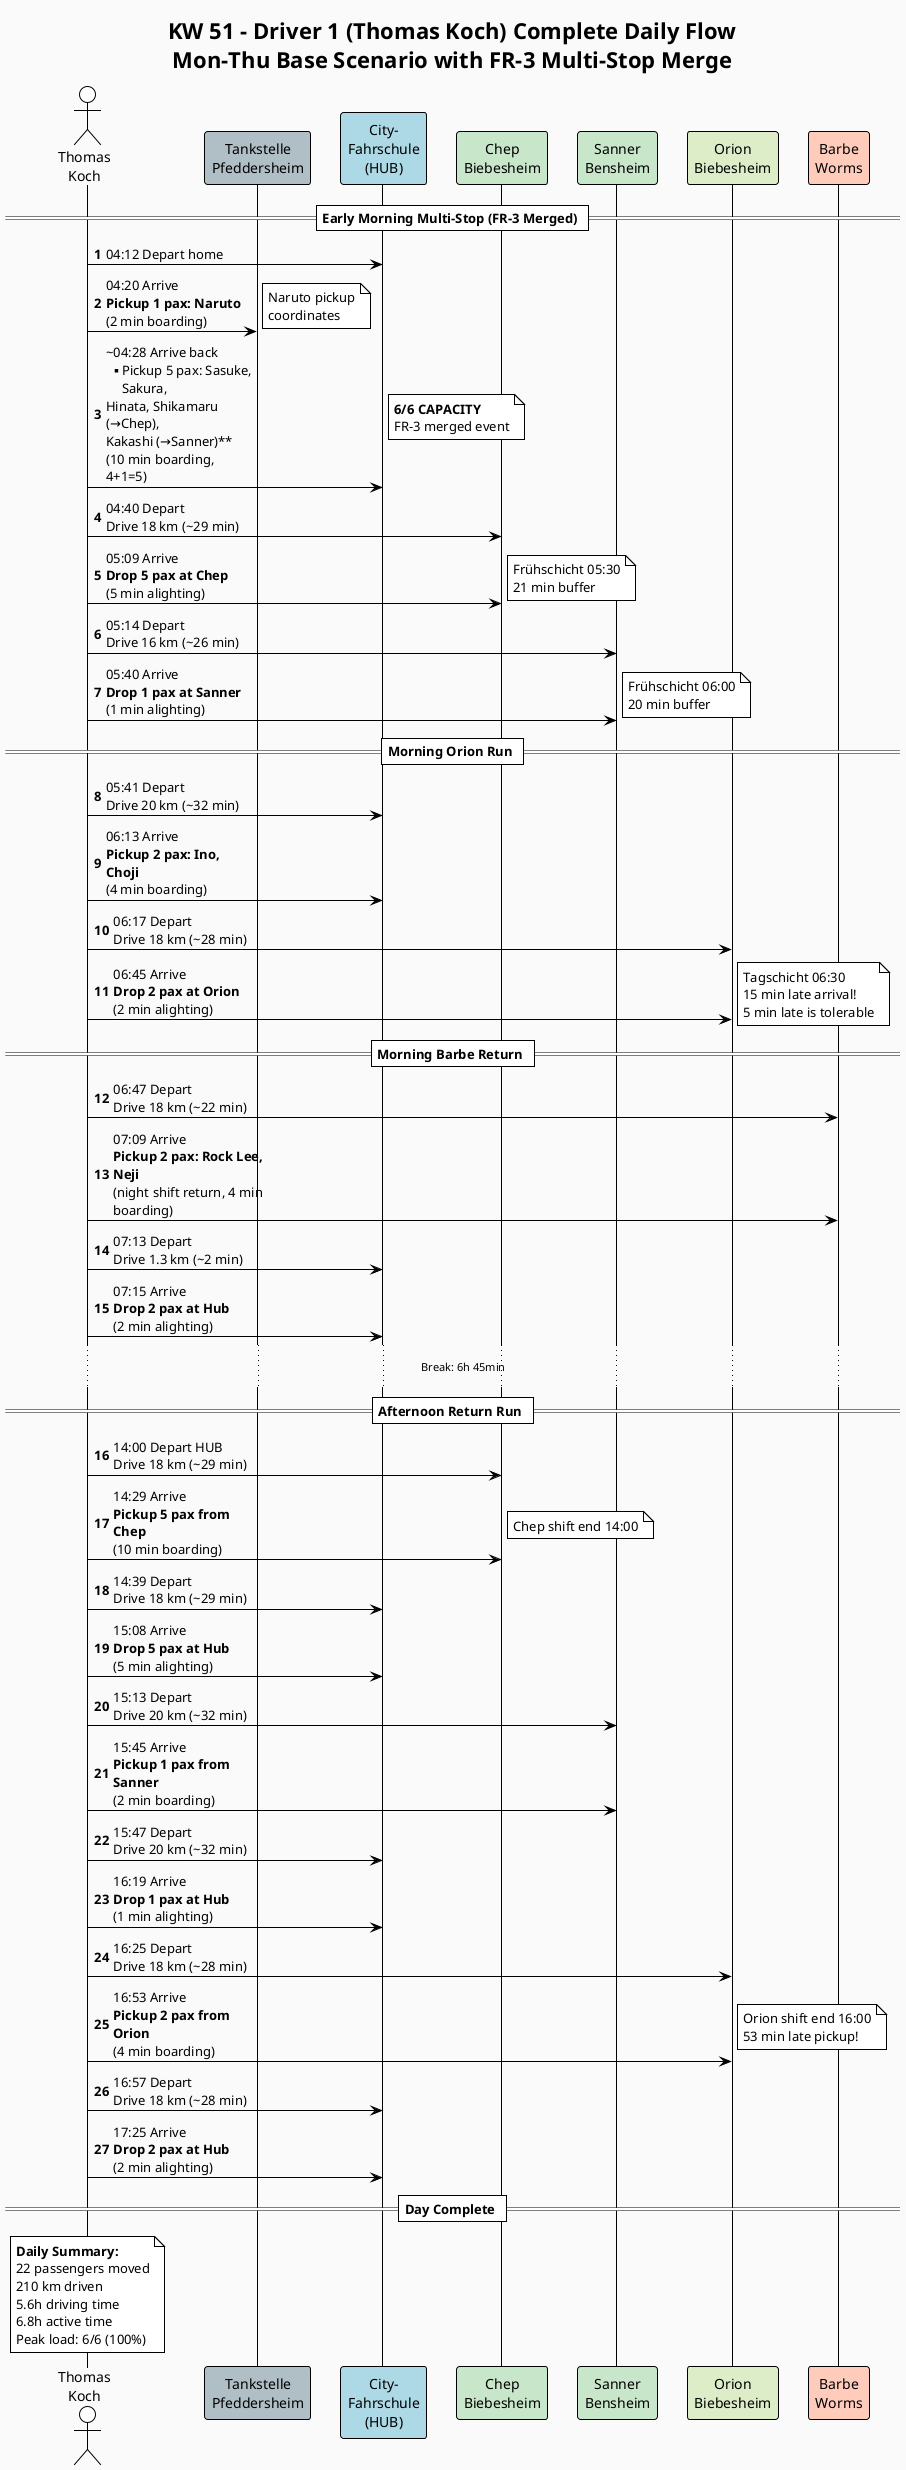
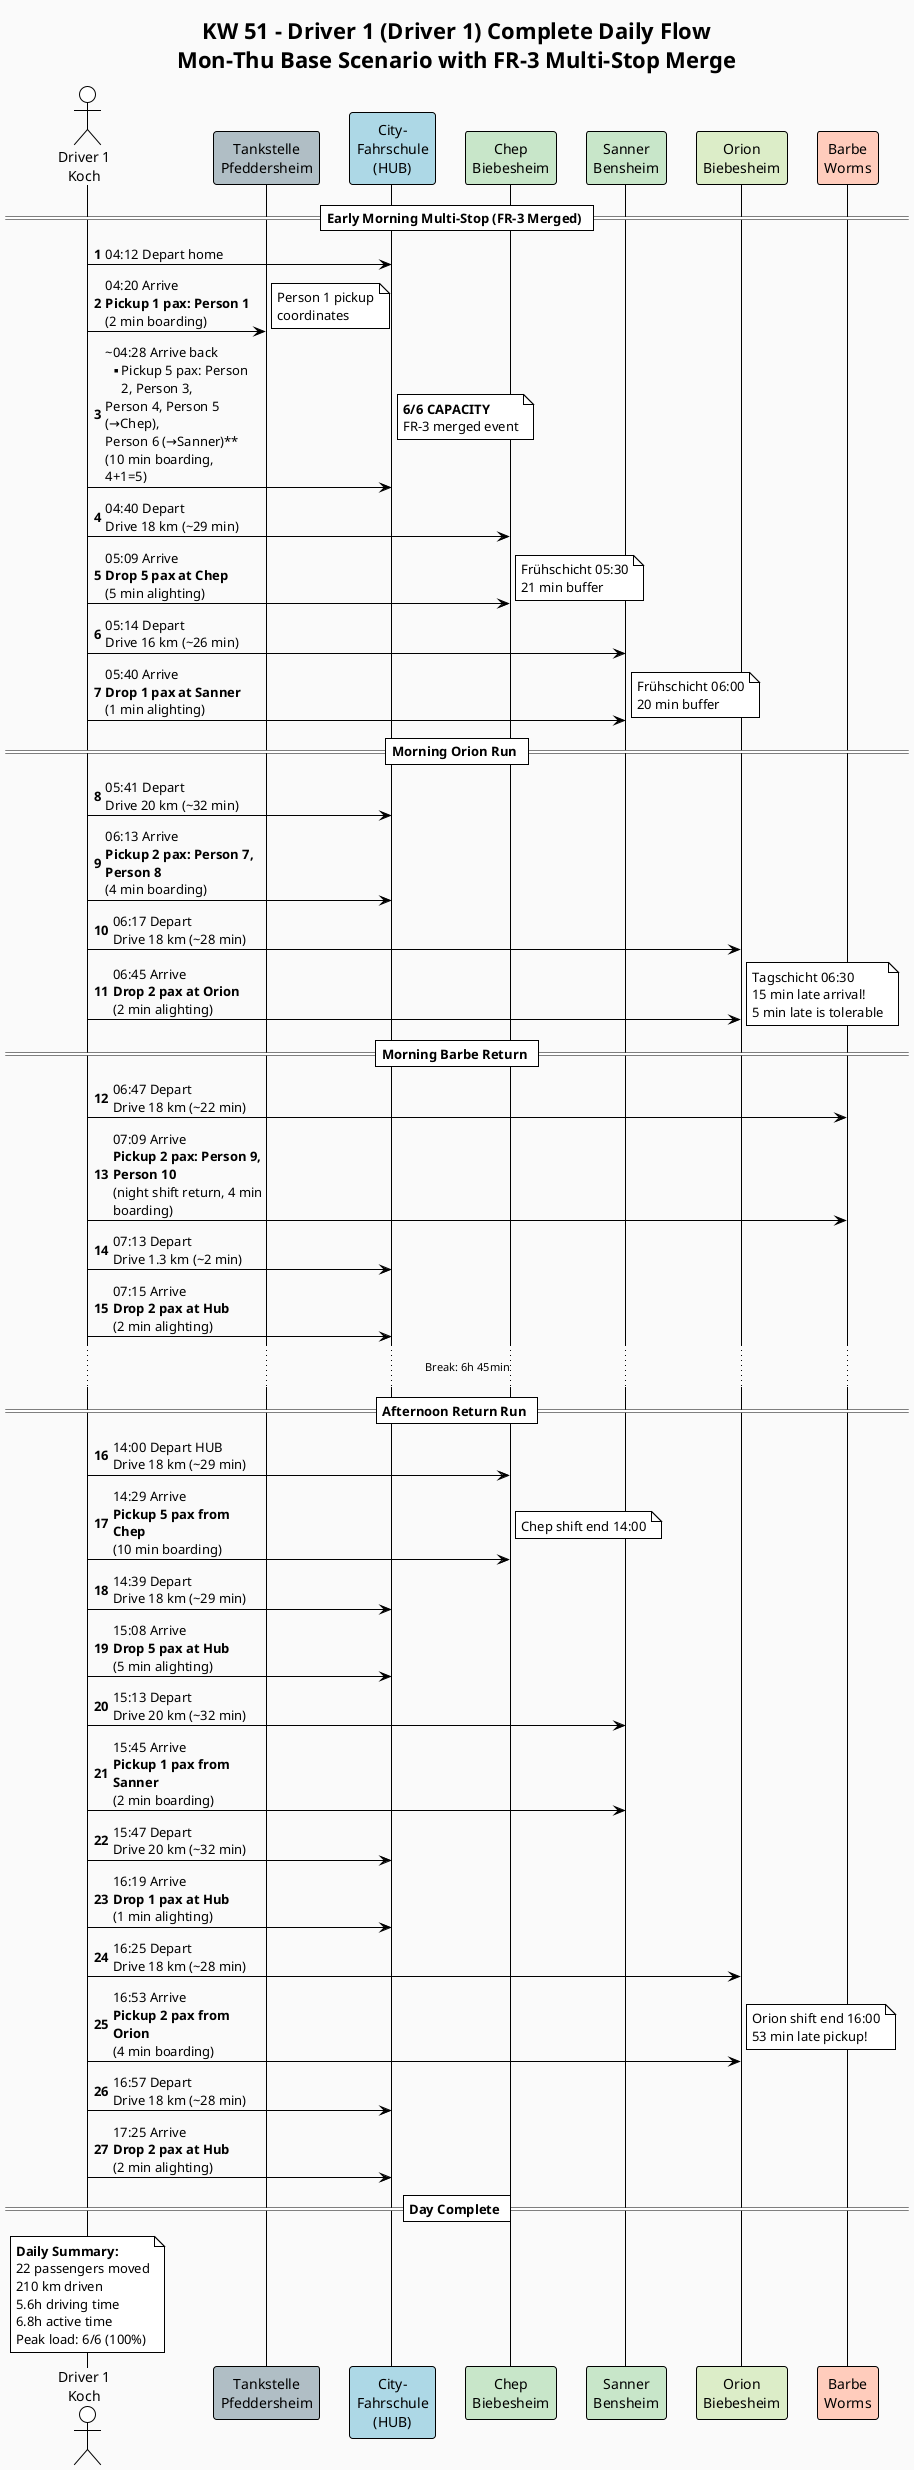
@startuml KW51_Driver1_Sequence
!theme plain
skinparam backgroundColor #FAFAFA
skinparam defaultFontName Helvetica
skinparam maxMessageSize 150
skinparam responseMessageBelowArrow true

- title KW 51 - Driver 1 (Thomas Koch) Complete Daily Flow\nMon-Thu Base Scenario with FR-3 Multi-Stop Merge
+ title KW 51 - Driver 1 (Driver 1) Complete Daily Flow\nMon-Thu Base Scenario with FR-3 Multi-Stop Merge

autonumber

- actor "Thomas\nKoch" as T
+ actor "Driver 1\nKoch" as T
participant "Tankstelle\nPfeddersheim" as TANK #B0BEC5
participant "City-\nFahrschule\n(HUB)" as HUB #LightBlue
participant "Chep\nBiebesheim" as CHEP #C8E6C9
participant "Sanner\nBensheim" as SANNER #C8E6C9
participant "Orion\nBiebesheim" as ORION #DCEDC8
participant "Barbe\nWorms" as BARBE #FFCCBC

== Early Morning Multi-Stop (FR-3 Merged) ==

T -> HUB : 04:12 Depart home
- T -> TANK : 04:20 Arrive\n**Pickup 1 pax: Naruto**\n(2 min boarding)
- note right: Naruto pickup\ncoordinates
+ T -> TANK : 04:20 Arrive\n**Pickup 1 pax: Person 1**\n(2 min boarding)
+ note right: Person 1 pickup\ncoordinates

- T -> HUB : ~04:28 Arrive back\n**Pickup 5 pax: Sasuke, Sakura,\nHinata, Shikamaru (→Chep),\nKakashi (→Sanner)**\n(10 min boarding, 4+1=5)
+ T -> HUB : ~04:28 Arrive back\n**Pickup 5 pax: Person 2, Person 3,\nPerson 4, Person 5 (→Chep),\nPerson 6 (→Sanner)**\n(10 min boarding, 4+1=5)
note right: **6/6 CAPACITY**\nFR-3 merged event

T -> CHEP : 04:40 Depart\nDrive 18 km (~29 min)
T -> CHEP : 05:09 Arrive\n**Drop 5 pax at Chep**\n(5 min alighting)
note right: Frühschicht 05:30\n21 min buffer

T -> SANNER : 05:14 Depart\nDrive 16 km (~26 min)
T -> SANNER : 05:40 Arrive\n**Drop 1 pax at Sanner**\n(1 min alighting)
note right: Frühschicht 06:00\n20 min buffer

== Morning Orion Run ==

T -> HUB : 05:41 Depart\nDrive 20 km (~32 min)
- T -> HUB : 06:13 Arrive\n**Pickup 2 pax: Ino, Choji**\n(4 min boarding)
+ T -> HUB : 06:13 Arrive\n**Pickup 2 pax: Person 7, Person 8**\n(4 min boarding)

T -> ORION : 06:17 Depart\nDrive 18 km (~28 min)
T -> ORION : 06:45 Arrive\n**Drop 2 pax at Orion**\n(2 min alighting)
note right: Tagschicht 06:30\n15 min late arrival!\n5 min late is tolerable

== Morning Barbe Return ==

T -> BARBE : 06:47 Depart\nDrive 18 km (~22 min)
- T -> BARBE : 07:09 Arrive\n**Pickup 2 pax: Rock Lee, Neji**\n(night shift return, 4 min boarding)
+ T -> BARBE : 07:09 Arrive\n**Pickup 2 pax: Person 9, Person 10**\n(night shift return, 4 min boarding)

T -> HUB : 07:13 Depart\nDrive 1.3 km (~2 min)
T -> HUB : 07:15 Arrive\n**Drop 2 pax at Hub**\n(2 min alighting)

... Break: 6h 45min ...

== Afternoon Return Run ==

T -> CHEP : 14:00 Depart HUB\nDrive 18 km (~29 min)
T -> CHEP : 14:29 Arrive\n**Pickup 5 pax from Chep**\n(10 min boarding)
note right: Chep shift end 14:00

T -> HUB : 14:39 Depart\nDrive 18 km (~29 min)
T -> HUB : 15:08 Arrive\n**Drop 5 pax at Hub**\n(5 min alighting)

T -> SANNER : 15:13 Depart\nDrive 20 km (~32 min)
T -> SANNER : 15:45 Arrive\n**Pickup 1 pax from Sanner**\n(2 min boarding)

T -> HUB : 15:47 Depart\nDrive 20 km (~32 min)
T -> HUB : 16:19 Arrive\n**Drop 1 pax at Hub**\n(1 min alighting)

T -> ORION : 16:25 Depart\nDrive 18 km (~28 min)
T -> ORION : 16:53 Arrive\n**Pickup 2 pax from Orion**\n(4 min boarding)
note right: Orion shift end 16:00\n53 min late pickup!

T -> HUB : 16:57 Depart\nDrive 18 km (~28 min)
T -> HUB : 17:25 Arrive\n**Drop 2 pax at Hub**\n(2 min alighting)

== Day Complete ==

note over T : **Daily Summary:**\n22 passengers moved\n210 km driven\n5.6h driving time\n6.8h active time\nPeak load: 6/6 (100%)

@enduml
